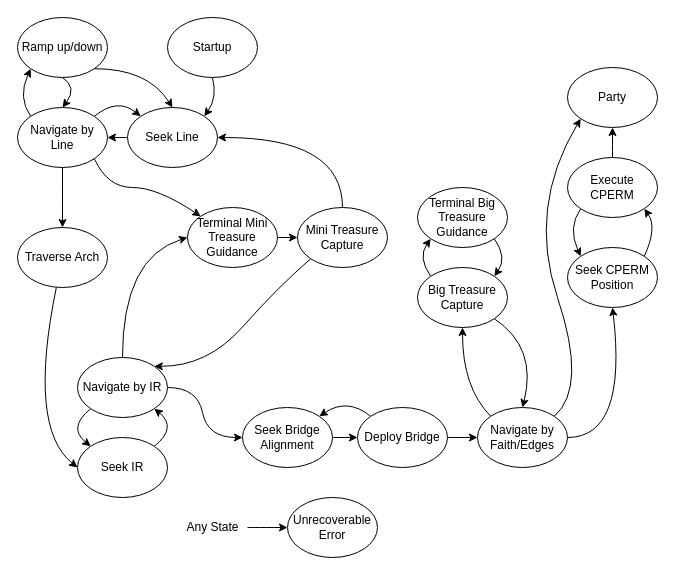
Above: page "State Machine" (2 of 2) of Firmware.drawio in ENPH-253-Team-Nine/Firmware-Diagrams (draw.io), before the change. Source tidied: cells renumbered, new cells numbered last; positions are measured from the earlier drawing's top-left corner, leaving out a move shared by most shapes. Both pictures are drawn from the tidied source at 100%, with x=0, y=0 at pixel (17, 17).
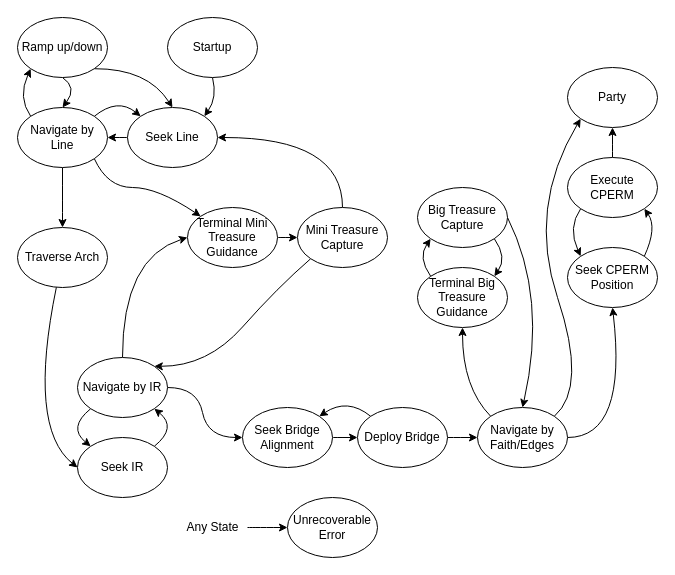
After the change.

Unchanged cells that the change refers to:
```xml
<mxCell id="36" value="Navigate by Faith/Edges" style="ellipse;whiteSpace=wrap;html=1;" parent="1" vertex="1">
  <mxGeometry x="460" y="390" width="90" height="60" as="geometry" />
</mxCell>
```

What changed in the source:
```diff
@@
-    <mxCell id="38" style="edgeStyle=none;curved=1;html=1;exitX=1;exitY=1;exitDx=0;exitDy=0;entryX=0.5;entryY=0;entryDx=0;entryDy=0;" parent="1" edge="1" source="39" target="36">
-      <mxGeometry relative="1" as="geometry">
-        <Array as="points">
-          <mxPoint x="520" y="330" />
-        </Array>
-      </mxGeometry>
-    </mxCell>
-    <mxCell id="39" value="Big Treasure Capture" style="ellipse;whiteSpace=wrap;html=1;" parent="1" vertex="1">
+    <mxCell id="39" value="Terminal Big Treasure Guidance" style="ellipse;whiteSpace=wrap;html=1;" parent="1" vertex="1">
       <mxGeometry x="400" y="250" width="90" height="60" as="geometry" />
     </mxCell>
@@
+    <mxCell id="50" style="jettySize=auto;html=1;exitX=1;exitY=0.5;exitDx=0;exitDy=0;entryX=0.5;entryY=0;entryDx=0;entryDy=0;curved=1;" parent="1" edge="1" source="41" target="36">
+      <mxGeometry relative="1" as="geometry">
+        <Array as="points">
+          <mxPoint x="530" y="280" />
+        </Array>
+      </mxGeometry>
+    </mxCell>
-    <mxCell id="41" value="Terminal Big Treasure Guidance" style="ellipse;whiteSpace=wrap;html=1;" parent="1" vertex="1">
+    <mxCell id="41" value="Big Treasure Capture" style="ellipse;whiteSpace=wrap;html=1;" parent="1" vertex="1">
       <mxGeometry x="400" y="170" width="90" height="60" as="geometry" />
     </mxCell>
```
